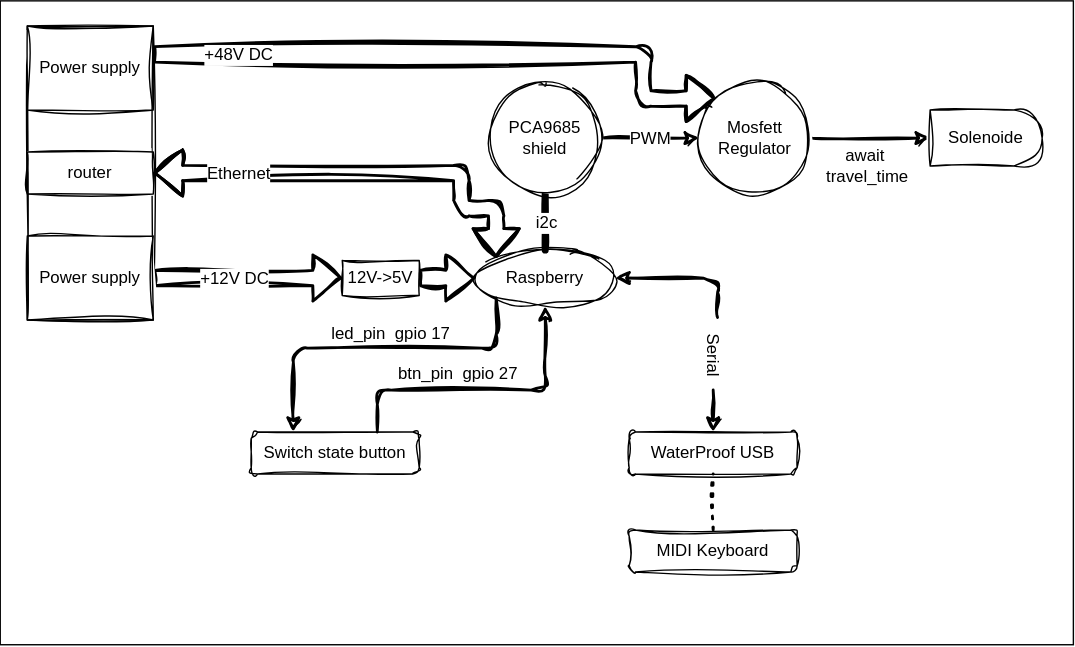
Before: ressources/diagram-hardware.svg, a diagram exported from draw.io (lan-ensad/cloches-sous-tension). Source tidied: cells renumbered, new cells last; positions are measured from the earlier drawing's top-left corner, leaving out a move shared by most shapes. Its diagram source:
```xml
<mxGraphModel>
  <root>
    <mxCell id="0" />
    <mxCell id="1" parent="0" />
    <mxCell id="2" style="rounded=0;whiteSpace=wrap;html=1;hachureGap=4;fontFamily=Architects Daughter;fontSource=https%3A%2F%2Ffonts.googleapis.com%2Fcss%3Ffamily%3DArchitects%2BDaughter;fontSize=20;" parent="1" vertex="1">
      <mxGeometry x="-0.3" width="766.7" height="460" as="geometry" />
    </mxCell>
    <mxCell id="3" value="Raspberry" style="ellipse;whiteSpace=wrap;html=1;align=center;newEdgeStyle={&quot;edgeStyle&quot;:&quot;entityRelationEdgeStyle&quot;,&quot;startArrow&quot;:&quot;none&quot;,&quot;endArrow&quot;:&quot;none&quot;,&quot;segment&quot;:10,&quot;curved&quot;:1,&quot;sourcePerimeterSpacing&quot;:0,&quot;targetPerimeterSpacing&quot;:0};sketch=1;curveFitting=1;jiggle=2;" parent="1" vertex="1">
      <mxGeometry x="339" y="178" width="100" height="40" as="geometry" />
    </mxCell>
    <mxCell id="4" style="edgeStyle=orthogonalEdgeStyle;html=1;exitX=0.75;exitY=0;exitDx=0;exitDy=0;entryX=0.5;entryY=1;entryDx=0;entryDy=0;strokeWidth=2;fontSize=12;endArrow=classic;endFill=1;sketch=1;curveFitting=1;jiggle=2;" parent="1" edge="1" source="6" target="3">
      <mxGeometry relative="1" as="geometry">
        <Array as="points">
          <mxPoint x="269" y="278" />
          <mxPoint x="389" y="278" />
        </Array>
      </mxGeometry>
    </mxCell>
    <mxCell id="5" style="edgeStyle=orthogonalEdgeStyle;html=1;exitX=0.25;exitY=0;exitDx=0;exitDy=0;entryX=0;entryY=1;entryDx=0;entryDy=0;strokeWidth=2;fontSize=12;endArrow=none;endFill=0;startArrow=classic;startFill=1;sketch=1;curveFitting=1;jiggle=2;" parent="1" edge="1" source="6" target="3">
      <mxGeometry relative="1" as="geometry">
        <Array as="points">
          <mxPoint x="209" y="248" />
          <mxPoint x="354" y="248" />
        </Array>
      </mxGeometry>
    </mxCell>
    <mxCell id="6" value="&lt;font style=&quot;font-size: 12px;&quot;&gt;Switch state button&lt;/font&gt;" style="rounded=1;whiteSpace=wrap;html=1;fontSize=7;sketch=1;curveFitting=1;jiggle=2;" parent="1" vertex="1">
      <mxGeometry x="179" y="308" width="120" height="30" as="geometry" />
    </mxCell>
    <mxCell id="7" value="led_pin&amp;nbsp; gpio 17" style="text;strokeColor=none;align=center;fillColor=none;html=1;verticalAlign=middle;whiteSpace=wrap;rounded=0;fontSize=12;sketch=1;curveFitting=1;jiggle=2;" parent="1" vertex="1">
      <mxGeometry x="234" y="223" width="90" height="30" as="geometry" />
    </mxCell>
    <mxCell id="8" value="btn_pin&amp;nbsp; gpio 27" style="text;strokeColor=none;align=center;fillColor=none;html=1;verticalAlign=middle;whiteSpace=wrap;rounded=0;fontSize=12;sketch=1;curveFitting=1;jiggle=2;" parent="1" vertex="1">
      <mxGeometry x="282" y="252" width="90" height="30" as="geometry" />
    </mxCell>
    <mxCell id="9" style="shape=flexArrow;endArrow=classic;html=1;strokeWidth=2;fontSize=12;entryX=0;entryY=0.5;entryDx=0;entryDy=0;exitX=1;exitY=0.5;exitDx=0;exitDy=0;sketch=1;curveFitting=1;jiggle=2;" parent="1" edge="1" source="32" target="13">
      <mxGeometry relative="1" as="geometry" />
    </mxCell>
    <mxCell id="10" value="+12V DC" style="edgeLabel;html=1;align=center;verticalAlign=middle;fontSize=12;sketch=1;curveFitting=1;jiggle=2;" parent="9" vertex="1">
      <mxGeometry x="0.19" y="-1" relative="1" as="geometry">
        <mxPoint x="-23" y="-1" as="offset" />
      </mxGeometry>
    </mxCell>
    <mxCell id="11" style="shape=flexArrow;endArrow=classic;html=1;strokeWidth=2;fontSize=12;entryX=0;entryY=0;entryDx=0;entryDy=0;edgeStyle=orthogonalEdgeStyle;exitX=1;exitY=0.337;exitDx=0;exitDy=0;exitPerimeter=0;sketch=1;curveFitting=1;jiggle=2;" parent="1" edge="1" source="30" target="22">
      <mxGeometry relative="1" as="geometry">
        <Array as="points">
          <mxPoint x="459" y="38" />
          <mxPoint x="459" y="70" />
        </Array>
      </mxGeometry>
    </mxCell>
    <mxCell id="12" value="+48V DC" style="edgeLabel;html=1;align=center;verticalAlign=middle;fontSize=12;sketch=1;curveFitting=1;jiggle=2;" parent="11" vertex="1">
      <mxGeometry x="0.19" y="-1" relative="1" as="geometry">
        <mxPoint x="-198" y="-1" as="offset" />
      </mxGeometry>
    </mxCell>
    <mxCell id="13" value="12V-&amp;gt;5V" style="rounded=0;whiteSpace=wrap;html=1;fontSize=12;sketch=1;curveFitting=1;jiggle=2;" parent="1" vertex="1">
      <mxGeometry x="244" y="185.5" width="55" height="25" as="geometry" />
    </mxCell>
    <mxCell id="14" style="shape=flexArrow;endArrow=classic;html=1;strokeWidth=2;fontSize=12;exitX=1;exitY=0.5;exitDx=0;exitDy=0;sketch=1;curveFitting=1;jiggle=2;" parent="1" edge="1" source="13">
      <mxGeometry relative="1" as="geometry">
        <mxPoint x="339" y="198" as="targetPoint" />
      </mxGeometry>
    </mxCell>
    <mxCell id="15" value="&lt;font style=&quot;font-size: 12px;&quot;&gt;WaterProof USB&lt;br&gt;&lt;/font&gt;" style="rounded=1;whiteSpace=wrap;html=1;fontSize=7;sketch=1;curveFitting=1;jiggle=2;" parent="1" vertex="1">
      <mxGeometry x="449" y="308" width="120" height="30" as="geometry" />
    </mxCell>
    <mxCell id="16" style="endArrow=none;html=1;strokeWidth=5;fontSize=12;exitX=0.5;exitY=0;exitDx=0;exitDy=0;entryX=0.5;entryY=1;entryDx=0;entryDy=0;endFill=0;sketch=1;curveFitting=1;jiggle=2;" parent="1" edge="1" source="3">
      <mxGeometry relative="1" as="geometry">
        <mxPoint x="389" y="138" as="targetPoint" />
      </mxGeometry>
    </mxCell>
    <mxCell id="17" value="i2c" style="edgeLabel;html=1;align=center;verticalAlign=middle;fontSize=12;sketch=1;curveFitting=1;jiggle=2;" parent="16" vertex="1">
      <mxGeometry relative="1" as="geometry" />
    </mxCell>
    <mxCell id="18" style="edgeStyle=orthogonalEdgeStyle;html=1;exitX=-0.036;exitY=0.395;exitDx=0;exitDy=0;entryX=1;entryY=0.5;entryDx=0;entryDy=0;strokeWidth=2;fontSize=12;endArrow=classic;endFill=1;startArrow=none;startFill=1;exitPerimeter=0;sketch=1;curveFitting=1;jiggle=2;" parent="1" edge="1" source="34" target="3">
      <mxGeometry relative="1" as="geometry">
        <Array as="points">
          <mxPoint x="512" y="198" />
        </Array>
      </mxGeometry>
    </mxCell>
    <mxCell id="19" value="&lt;font style=&quot;font-size: 12px;&quot;&gt;MIDI Keyboard&lt;br&gt;&lt;/font&gt;" style="rounded=1;whiteSpace=wrap;html=1;fontSize=7;sketch=1;curveFitting=1;jiggle=2;" parent="1" vertex="1">
      <mxGeometry x="449" y="378" width="120" height="30" as="geometry" />
    </mxCell>
    <mxCell id="20" style="endArrow=none;dashed=1;html=1;dashPattern=1 3;strokeWidth=2;fontSize=12;fillColor=default;entryX=0.5;entryY=1;entryDx=0;entryDy=0;exitX=0.5;exitY=0;exitDx=0;exitDy=0;sketch=1;curveFitting=1;jiggle=2;" parent="1" edge="1" source="19" target="15">
      <mxGeometry relative="1" as="geometry" />
    </mxCell>
    <mxCell id="21" style="edgeStyle=none;html=1;exitX=1;exitY=0.5;exitDx=0;exitDy=0;entryX=0;entryY=0.5;entryDx=0;entryDy=0;strokeWidth=2;fontSize=12;startArrow=none;startFill=0;endArrow=classic;endFill=1;fillColor=default;sketch=1;curveFitting=1;jiggle=2;" parent="1" edge="1" source="22" target="23">
      <mxGeometry relative="1" as="geometry" />
    </mxCell>
    <mxCell id="22" value="Mosfett&lt;br&gt;Regulator" style="ellipse;whiteSpace=wrap;html=1;fontSize=12;sketch=1;curveFitting=1;jiggle=2;" parent="1" vertex="1">
      <mxGeometry x="499" y="58" width="80" height="80" as="geometry" />
    </mxCell>
    <mxCell id="23" value="Solenoide" style="shape=delay;whiteSpace=wrap;html=1;fontSize=12;sketch=1;curveFitting=1;jiggle=2;" parent="1" vertex="1">
      <mxGeometry x="664" y="78" width="80" height="40" as="geometry" />
    </mxCell>
    <mxCell id="24" style="endArrow=classic;html=1;strokeWidth=2;fontSize=12;exitX=1;exitY=0.5;exitDx=0;exitDy=0;entryX=0;entryY=0.5;entryDx=0;entryDy=0;sketch=1;curveFitting=1;jiggle=2;" parent="1" edge="1" target="22">
      <mxGeometry relative="1" as="geometry">
        <mxPoint x="429" y="98" as="sourcePoint" />
      </mxGeometry>
    </mxCell>
    <mxCell id="25" value="PWM" style="edgeLabel;html=1;align=center;verticalAlign=middle;fontSize=12;sketch=1;curveFitting=1;jiggle=2;" parent="24" vertex="1">
      <mxGeometry relative="1" as="geometry" />
    </mxCell>
    <mxCell id="26" style="shape=flexArrow;endArrow=classic;html=1;strokeWidth=2;fontSize=12;entryX=0;entryY=0;entryDx=0;entryDy=0;edgeStyle=orthogonalEdgeStyle;startArrow=block;sketch=1;curveFitting=1;jiggle=2;" parent="1" edge="1" source="31" target="3">
      <mxGeometry relative="1" as="geometry">
        <Array as="points">
          <mxPoint x="329" y="123" />
          <mxPoint x="329" y="148" />
          <mxPoint x="354" y="148" />
        </Array>
      </mxGeometry>
    </mxCell>
    <mxCell id="27" value="Ethernet" style="edgeLabel;html=1;align=center;verticalAlign=middle;fontSize=12;sketch=1;curveFitting=1;jiggle=2;" parent="26" vertex="1">
      <mxGeometry x="0.19" y="-1" relative="1" as="geometry">
        <mxPoint x="-122" y="-1" as="offset" />
      </mxGeometry>
    </mxCell>
    <mxCell id="28" value="await&amp;nbsp;&lt;br&gt;travel_time" style="text;html=1;align=center;verticalAlign=middle;strokeColor=none;fillColor=none;sketch=1;curveFitting=1;jiggle=2;" parent="1" vertex="1">
      <mxGeometry x="579" y="98" width="80" height="40" as="geometry" />
    </mxCell>
    <mxCell id="29" style="rounded=0;whiteSpace=wrap;html=1;sketch=1;curveFitting=1;jiggle=2;" parent="1" vertex="1">
      <mxGeometry x="19" y="18" width="90" height="210" as="geometry" />
    </mxCell>
    <mxCell id="30" value="Power supply" style="rounded=0;whiteSpace=wrap;html=1;sketch=1;curveFitting=1;jiggle=2;" parent="1" vertex="1">
      <mxGeometry x="19" y="18" width="90" height="60" as="geometry" />
    </mxCell>
    <mxCell id="31" value="router" style="rounded=0;whiteSpace=wrap;html=1;sketch=1;curveFitting=1;jiggle=2;" parent="1" vertex="1">
      <mxGeometry x="19" y="108" width="90" height="30" as="geometry" />
    </mxCell>
    <mxCell id="32" value="Power supply" style="rounded=0;whiteSpace=wrap;html=1;sketch=1;curveFitting=1;jiggle=2;" parent="1" vertex="1">
      <mxGeometry x="19" y="168" width="90" height="60" as="geometry" />
    </mxCell>
    <mxCell id="33" style="edgeStyle=orthogonalEdgeStyle;html=1;exitX=0.5;exitY=0;exitDx=0;exitDy=0;entryX=1;entryY=0.5;entryDx=0;entryDy=0;strokeWidth=2;fontSize=12;endArrow=none;endFill=1;startArrow=classic;startFill=1;sketch=1;curveFitting=1;jiggle=2;" parent="1" edge="1" source="15" target="34">
      <mxGeometry relative="1" as="geometry" />
    </mxCell>
    <mxCell id="34" value="Serial" style="text;html=1;align=center;verticalAlign=middle;points=[];strokeColor=none;fillColor=none;rotation=90;sketch=1;curveFitting=1;jiggle=2;" parent="1" vertex="1">
      <mxGeometry x="484" y="238" width="50" height="30" as="geometry" />
    </mxCell>
    <mxCell id="35" value="PCA9685&lt;br&gt;shield" style="ellipse;whiteSpace=wrap;html=1;fontSize=12;sketch=1;curveFitting=1;jiggle=2;" parent="1" vertex="1">
      <mxGeometry x="349" y="58" width="80" height="80" as="geometry" />
    </mxCell>
  </root>
</mxGraphModel>
```
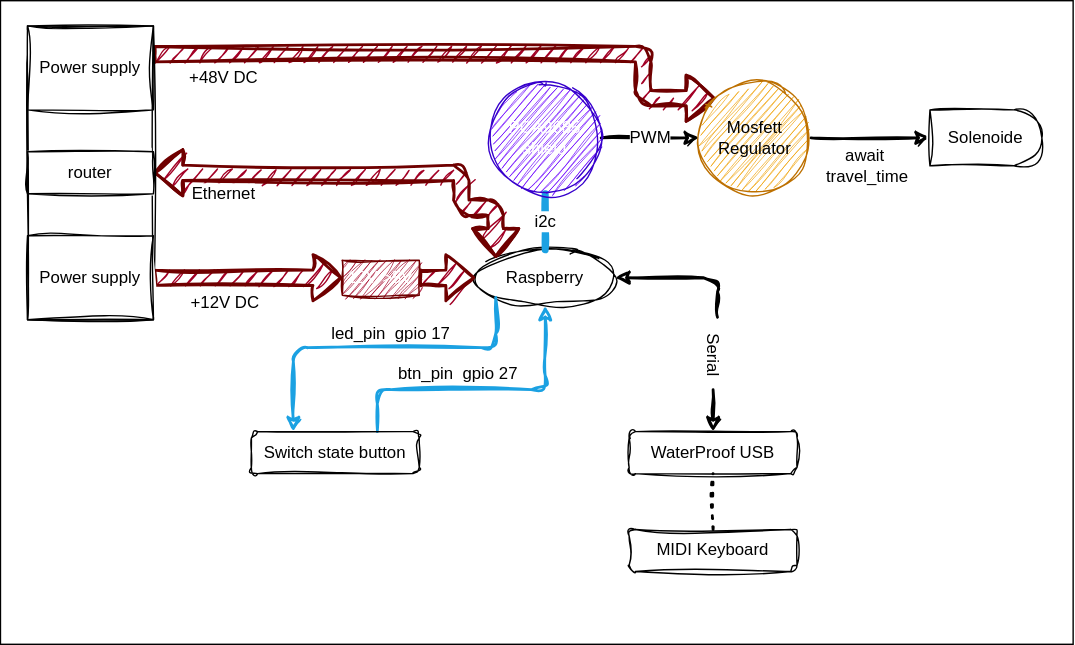
Later version of the same file.

The edit, as a diff of the source:
```diff
@@ -8,7 +8,7 @@
     <mxCell id="3" value="Raspberry" style="ellipse;whiteSpace=wrap;html=1;align=center;newEdgeStyle={&quot;edgeStyle&quot;:&quot;entityRelationEdgeStyle&quot;,&quot;startArrow&quot;:&quot;none&quot;,&quot;endArrow&quot;:&quot;none&quot;,&quot;segment&quot;:10,&quot;curved&quot;:1,&quot;sourcePerimeterSpacing&quot;:0,&quot;targetPerimeterSpacing&quot;:0};sketch=1;curveFitting=1;jiggle=2;" parent="1" vertex="1">
       <mxGeometry x="339" y="178" width="100" height="40" as="geometry" />
     </mxCell>
-    <mxCell id="4" style="edgeStyle=orthogonalEdgeStyle;html=1;exitX=0.75;exitY=0;exitDx=0;exitDy=0;entryX=0.5;entryY=1;entryDx=0;entryDy=0;strokeWidth=2;fontSize=12;endArrow=classic;endFill=1;sketch=1;curveFitting=1;jiggle=2;" parent="1" edge="1" source="6" target="3">
+    <mxCell id="4" style="edgeStyle=orthogonalEdgeStyle;html=1;exitX=0.75;exitY=0;exitDx=0;exitDy=0;entryX=0.5;entryY=1;entryDx=0;entryDy=0;strokeWidth=2;fontSize=12;endArrow=classic;endFill=1;sketch=1;curveFitting=1;jiggle=2;strokeColor=#1BA1E2;" parent="1" edge="1" source="6" target="3">
       <mxGeometry relative="1" as="geometry">
         <Array as="points">
           <mxPoint x="269" y="278" />
@@ -16,7 +16,7 @@
         </Array>
       </mxGeometry>
     </mxCell>
-    <mxCell id="5" style="edgeStyle=orthogonalEdgeStyle;html=1;exitX=0.25;exitY=0;exitDx=0;exitDy=0;entryX=0;entryY=1;entryDx=0;entryDy=0;strokeWidth=2;fontSize=12;endArrow=none;endFill=0;startArrow=classic;startFill=1;sketch=1;curveFitting=1;jiggle=2;" parent="1" edge="1" source="6" target="3">
+    <mxCell id="5" style="edgeStyle=orthogonalEdgeStyle;html=1;exitX=0.25;exitY=0;exitDx=0;exitDy=0;entryX=0;entryY=1;entryDx=0;entryDy=0;strokeWidth=2;fontSize=12;endArrow=none;endFill=0;startArrow=classic;startFill=1;sketch=1;curveFitting=1;jiggle=2;fillColor=#6a00ff;strokeColor=#1BA1E2;" parent="1" edge="1" source="6" target="3">
       <mxGeometry relative="1" as="geometry">
         <Array as="points">
           <mxPoint x="209" y="248" />
@@ -33,15 +33,15 @@
     <mxCell id="8" value="btn_pin&amp;nbsp; gpio 27" style="text;strokeColor=none;align=center;fillColor=none;html=1;verticalAlign=middle;whiteSpace=wrap;rounded=0;fontSize=12;sketch=1;curveFitting=1;jiggle=2;" parent="1" vertex="1">
       <mxGeometry x="282" y="252" width="90" height="30" as="geometry" />
     </mxCell>
-    <mxCell id="9" style="shape=flexArrow;endArrow=classic;html=1;strokeWidth=2;fontSize=12;entryX=0;entryY=0.5;entryDx=0;entryDy=0;exitX=1;exitY=0.5;exitDx=0;exitDy=0;sketch=1;curveFitting=1;jiggle=2;" parent="1" edge="1" source="32" target="13">
+    <mxCell id="9" style="shape=flexArrow;endArrow=classic;html=1;strokeWidth=2;fontSize=12;entryX=0;entryY=0.5;entryDx=0;entryDy=0;exitX=1;exitY=0.5;exitDx=0;exitDy=0;sketch=1;curveFitting=1;jiggle=2;fillColor=#a20025;strokeColor=#6F0000;" parent="1" edge="1" source="32" target="13">
       <mxGeometry relative="1" as="geometry" />
     </mxCell>
     <mxCell id="10" value="+12V DC" style="edgeLabel;html=1;align=center;verticalAlign=middle;fontSize=12;sketch=1;curveFitting=1;jiggle=2;" parent="9" vertex="1">
       <mxGeometry x="0.19" y="-1" relative="1" as="geometry">
-        <mxPoint x="-23" y="-1" as="offset" />
+        <mxPoint x="-30" y="17" as="offset" />
       </mxGeometry>
     </mxCell>
-    <mxCell id="11" style="shape=flexArrow;endArrow=classic;html=1;strokeWidth=2;fontSize=12;entryX=0;entryY=0;entryDx=0;entryDy=0;edgeStyle=orthogonalEdgeStyle;exitX=1;exitY=0.337;exitDx=0;exitDy=0;exitPerimeter=0;sketch=1;curveFitting=1;jiggle=2;" parent="1" edge="1" source="30" target="22">
+    <mxCell id="11" style="shape=flexArrow;endArrow=classic;html=1;strokeWidth=2;fontSize=12;entryX=0;entryY=0;entryDx=0;entryDy=0;edgeStyle=orthogonalEdgeStyle;exitX=1;exitY=0.337;exitDx=0;exitDy=0;exitPerimeter=0;sketch=1;curveFitting=1;jiggle=2;fillColor=#a20025;strokeColor=#6F0000;" parent="1" edge="1" source="30" target="22">
       <mxGeometry relative="1" as="geometry">
         <Array as="points">
           <mxPoint x="459" y="38" />
@@ -51,13 +51,13 @@
     </mxCell>
     <mxCell id="12" value="+48V DC" style="edgeLabel;html=1;align=center;verticalAlign=middle;fontSize=12;sketch=1;curveFitting=1;jiggle=2;" parent="11" vertex="1">
       <mxGeometry x="0.19" y="-1" relative="1" as="geometry">
-        <mxPoint x="-198" y="-1" as="offset" />
+        <mxPoint x="-208" y="16" as="offset" />
       </mxGeometry>
     </mxCell>
-    <mxCell id="13" value="12V-&amp;gt;5V" style="rounded=0;whiteSpace=wrap;html=1;fontSize=12;sketch=1;curveFitting=1;jiggle=2;" parent="1" vertex="1">
+    <mxCell id="13" value="12V-&amp;gt;5V" style="rounded=0;whiteSpace=wrap;html=1;fontSize=12;sketch=1;curveFitting=1;jiggle=2;fillColor=#a20025;fontColor=#ffffff;strokeColor=#6F0000;" parent="1" vertex="1">
       <mxGeometry x="244" y="185.5" width="55" height="25" as="geometry" />
     </mxCell>
-    <mxCell id="14" style="shape=flexArrow;endArrow=classic;html=1;strokeWidth=2;fontSize=12;exitX=1;exitY=0.5;exitDx=0;exitDy=0;sketch=1;curveFitting=1;jiggle=2;" parent="1" edge="1" source="13">
+    <mxCell id="14" style="shape=flexArrow;endArrow=classic;html=1;strokeWidth=2;fontSize=12;exitX=1;exitY=0.5;exitDx=0;exitDy=0;sketch=1;curveFitting=1;jiggle=2;fillColor=#a20025;strokeColor=#6F0000;" parent="1" edge="1" source="13">
       <mxGeometry relative="1" as="geometry">
         <mxPoint x="339" y="198" as="targetPoint" />
       </mxGeometry>
@@ -65,7 +65,7 @@
     <mxCell id="15" value="&lt;font style=&quot;font-size: 12px;&quot;&gt;WaterProof USB&lt;br&gt;&lt;/font&gt;" style="rounded=1;whiteSpace=wrap;html=1;fontSize=7;sketch=1;curveFitting=1;jiggle=2;" parent="1" vertex="1">
       <mxGeometry x="449" y="308" width="120" height="30" as="geometry" />
     </mxCell>
-    <mxCell id="16" style="endArrow=none;html=1;strokeWidth=5;fontSize=12;exitX=0.5;exitY=0;exitDx=0;exitDy=0;entryX=0.5;entryY=1;entryDx=0;entryDy=0;endFill=0;sketch=1;curveFitting=1;jiggle=2;" parent="1" edge="1" source="3">
+    <mxCell id="16" style="endArrow=none;html=1;strokeWidth=5;fontSize=12;exitX=0.5;exitY=0;exitDx=0;exitDy=0;entryX=0.5;entryY=1;entryDx=0;entryDy=0;endFill=0;sketch=1;curveFitting=1;jiggle=2;strokeColor=#1BA1E2;" parent="1" edge="1" source="3">
       <mxGeometry relative="1" as="geometry">
         <mxPoint x="389" y="138" as="targetPoint" />
       </mxGeometry>
@@ -89,7 +89,7 @@
     <mxCell id="21" style="edgeStyle=none;html=1;exitX=1;exitY=0.5;exitDx=0;exitDy=0;entryX=0;entryY=0.5;entryDx=0;entryDy=0;strokeWidth=2;fontSize=12;startArrow=none;startFill=0;endArrow=classic;endFill=1;fillColor=default;sketch=1;curveFitting=1;jiggle=2;" parent="1" edge="1" source="22" target="23">
       <mxGeometry relative="1" as="geometry" />
     </mxCell>
-    <mxCell id="22" value="Mosfett&lt;br&gt;Regulator" style="ellipse;whiteSpace=wrap;html=1;fontSize=12;sketch=1;curveFitting=1;jiggle=2;" parent="1" vertex="1">
+    <mxCell id="22" value="Mosfett&lt;br&gt;Regulator" style="ellipse;whiteSpace=wrap;html=1;fontSize=12;sketch=1;curveFitting=1;jiggle=2;fillColor=#f0a30a;fontColor=#000000;strokeColor=#BD7000;" parent="1" vertex="1">
       <mxGeometry x="499" y="58" width="80" height="80" as="geometry" />
     </mxCell>
     <mxCell id="23" value="Solenoide" style="shape=delay;whiteSpace=wrap;html=1;fontSize=12;sketch=1;curveFitting=1;jiggle=2;" parent="1" vertex="1">
@@ -103,7 +103,7 @@
     <mxCell id="25" value="PWM" style="edgeLabel;html=1;align=center;verticalAlign=middle;fontSize=12;sketch=1;curveFitting=1;jiggle=2;" parent="24" vertex="1">
       <mxGeometry relative="1" as="geometry" />
     </mxCell>
-    <mxCell id="26" style="shape=flexArrow;endArrow=classic;html=1;strokeWidth=2;fontSize=12;entryX=0;entryY=0;entryDx=0;entryDy=0;edgeStyle=orthogonalEdgeStyle;startArrow=block;sketch=1;curveFitting=1;jiggle=2;" parent="1" edge="1" source="31" target="3">
+    <mxCell id="26" style="shape=flexArrow;endArrow=classic;html=1;strokeWidth=2;fontSize=12;entryX=0;entryY=0;entryDx=0;entryDy=0;edgeStyle=orthogonalEdgeStyle;startArrow=block;sketch=1;curveFitting=1;jiggle=2;fillColor=#a20025;strokeColor=#6F0000;" parent="1" edge="1" source="31" target="3">
       <mxGeometry relative="1" as="geometry">
         <Array as="points">
           <mxPoint x="329" y="123" />
@@ -114,7 +114,7 @@
     </mxCell>
     <mxCell id="27" value="Ethernet" style="edgeLabel;html=1;align=center;verticalAlign=middle;fontSize=12;sketch=1;curveFitting=1;jiggle=2;" parent="26" vertex="1">
       <mxGeometry x="0.19" y="-1" relative="1" as="geometry">
-        <mxPoint x="-122" y="-1" as="offset" />
+        <mxPoint x="-132" y="14" as="offset" />
       </mxGeometry>
     </mxCell>
     <mxCell id="28" value="await&amp;nbsp;&lt;br&gt;travel_time" style="text;html=1;align=center;verticalAlign=middle;strokeColor=none;fillColor=none;sketch=1;curveFitting=1;jiggle=2;" parent="1" vertex="1">
@@ -138,7 +138,7 @@
     <mxCell id="34" value="Serial" style="text;html=1;align=center;verticalAlign=middle;points=[];strokeColor=none;fillColor=none;rotation=90;sketch=1;curveFitting=1;jiggle=2;" parent="1" vertex="1">
       <mxGeometry x="484" y="238" width="50" height="30" as="geometry" />
     </mxCell>
-    <mxCell id="35" value="PCA9685&lt;br&gt;shield" style="ellipse;whiteSpace=wrap;html=1;fontSize=12;sketch=1;curveFitting=1;jiggle=2;" parent="1" vertex="1">
+    <mxCell id="35" value="PCA9685&lt;br&gt;shield" style="ellipse;whiteSpace=wrap;html=1;fontSize=12;sketch=1;curveFitting=1;jiggle=2;fillColor=#6a00ff;fontColor=#ffffff;strokeColor=#3700CC;" parent="1" vertex="1">
       <mxGeometry x="349" y="58" width="80" height="80" as="geometry" />
     </mxCell>
   </root>
```
